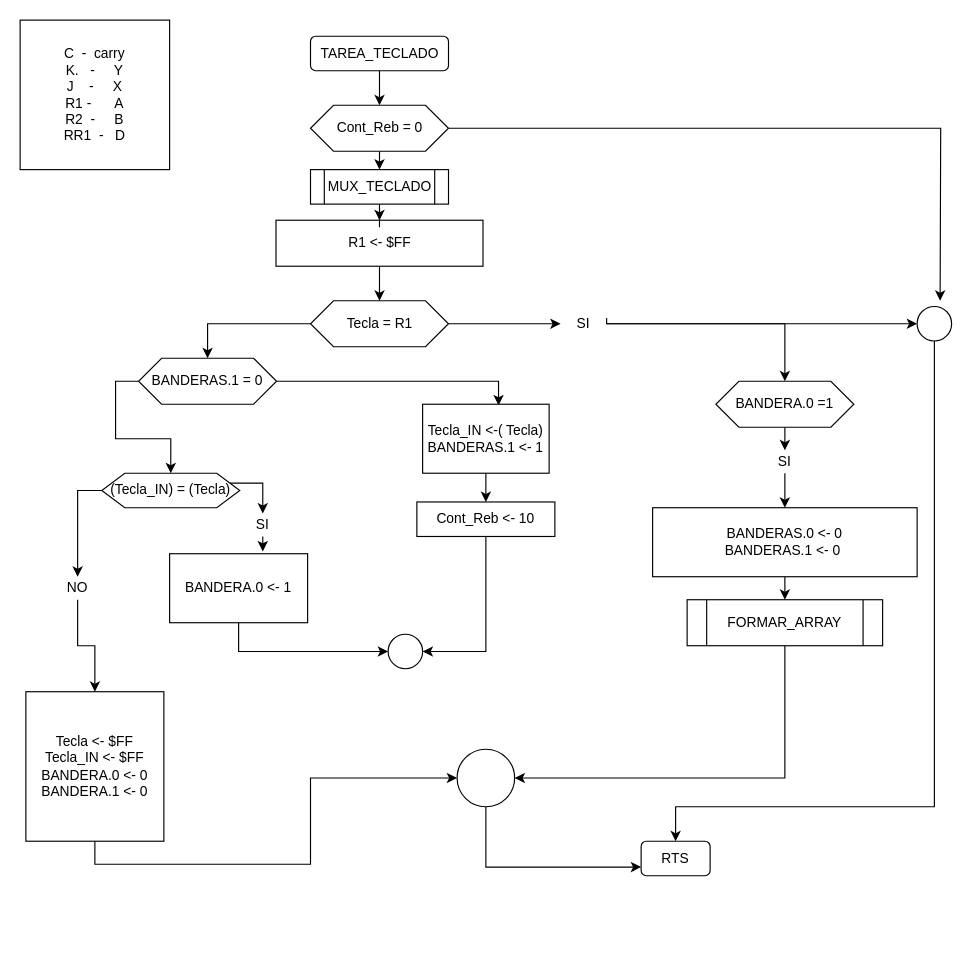
brown9804/Dragon12_MC9S12DP256 keeps this draw.io diagram as 8_runmeter623/diagrams/10_tarea_teclado.drawio. Above is the earlier version. Source tidied: cells renumbered, new cells numbered last; positions are measured from the earlier drawing's top-left corner, leaving out a move shared by most shapes. Both pictures are drawn from the tidied source at 115%, with x=0, y=0 at pixel (20, 20).
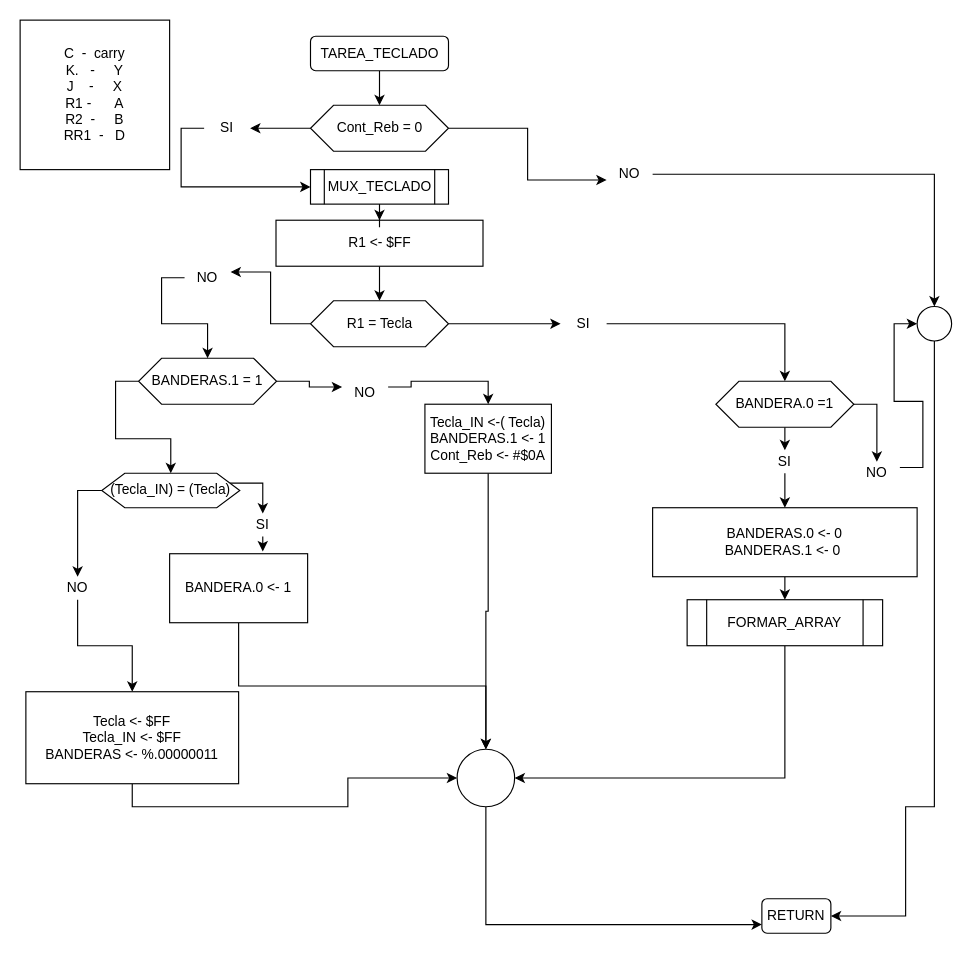
The same diagram, later.

Commit message:
final -> tarea_teclado ✅

Unchanged cells that the change refers to:
```xml
<mxCell id="9" value="Cont_Reb = 0" style="shape=hexagon;perimeter=hexagonPerimeter2;whiteSpace=wrap;html=1;fixedSize=1;" parent="1" vertex="1">
  <mxGeometry x="252.5" y="74" width="120" height="40" as="geometry" />
</mxCell>
<mxCell id="11" value="MUX_TECLADO" style="shape=process;whiteSpace=wrap;html=1;backgroundOutline=1;" parent="1" vertex="1">
  <mxGeometry x="252.5" y="130" width="120" height="30" as="geometry" />
</mxCell>
<mxCell id="13" style="ellipse;whiteSpace=wrap;html=1;" parent="1" vertex="1">
  <mxGeometry x="780" y="249" width="30" height="30" as="geometry" />
</mxCell>
<mxCell id="19" value="SI" style="text;html=1;strokeColor=none;fillColor=none;align=center;verticalAlign=middle;whiteSpace=wrap;rounded=0;" parent="1" vertex="1">
  <mxGeometry x="470" y="254" width="40" height="20" as="geometry" />
</mxCell>
<mxCell id="21" value="BANDERA.0 =1" style="shape=hexagon;perimeter=hexagonPerimeter2;whiteSpace=wrap;html=1;fixedSize=1;" parent="1" vertex="1">
  <mxGeometry x="605" y="314" width="120" height="40" as="geometry" />
</mxCell>
<mxCell id="38" value="BANDERA.0 &amp;lt;- 1" style="rounded=0;whiteSpace=wrap;html=1;" parent="1" vertex="1">
  <mxGeometry x="130" y="464" width="120" height="60" as="geometry" />
</mxCell>
<mxCell id="49" style="ellipse;whiteSpace=wrap;html=1;" parent="1" vertex="1">
  <mxGeometry x="380" y="634" width="50" height="50" as="geometry" />
</mxCell>
```

What changed in the source:
```diff
@@
-    <mxCell id="7" style="edgeStyle=orthogonalEdgeStyle;rounded=0;jettySize=auto;html=1;exitX=0.5;exitY=1;exitDx=0;exitDy=0;entryX=0.5;entryY=0;entryDx=0;entryDy=0;" parent="1" edge="1" source="9" target="11">
-      <mxGeometry relative="1" as="geometry" />
-    </mxCell>
-    <mxCell id="8" style="edgeStyle=orthogonalEdgeStyle;rounded=0;jettySize=auto;html=1;exitX=1;exitY=0.5;exitDx=0;exitDy=0;" parent="1" edge="1" source="9">
-      <mxGeometry relative="1" as="geometry">
-        <mxPoint x="800" y="244" as="targetPoint" />
-      </mxGeometry>
-    </mxCell>
+    <mxCell id="51" style="edgeStyle=orthogonalEdgeStyle;rounded=0;jettySize=auto;html=1;exitX=1;exitY=0.5;exitDx=0;exitDy=0;entryX=0;entryY=0.75;entryDx=0;entryDy=0;" parent="1" edge="1" source="9" target="59">
+      <mxGeometry relative="1" as="geometry" />
+    </mxCell>
+    <mxCell id="52" style="edgeStyle=orthogonalEdgeStyle;rounded=0;jettySize=auto;html=1;exitX=0;exitY=0.5;exitDx=0;exitDy=0;" parent="1" edge="1" source="9" target="61">
+      <mxGeometry relative="1" as="geometry" />
+    </mxCell>
@@
     <mxCell id="12" style="edgeStyle=orthogonalEdgeStyle;rounded=0;jettySize=auto;html=1;exitX=0.5;exitY=1;exitDx=0;exitDy=0;" parent="1" edge="1" source="13" target="50">
       <mxGeometry relative="1" as="geometry">
         <Array as="points">
           <mxPoint x="795" y="684" />
-          <mxPoint x="570" y="684" />
+          <mxPoint x="770" y="684" />
+          <mxPoint x="770" y="779" />
         </Array>
       </mxGeometry>
     </mxCell>
@@
-    <mxCell id="15" style="edgeStyle=orthogonalEdgeStyle;rounded=0;jettySize=auto;html=1;exitX=0;exitY=0.5;exitDx=0;exitDy=0;entryX=0.5;entryY=0;entryDx=0;entryDy=0;" parent="1" edge="1" source="16" target="30">
-      <mxGeometry relative="1" as="geometry" />
-    </mxCell>
+    <mxCell id="53" style="edgeStyle=orthogonalEdgeStyle;rounded=0;jettySize=auto;html=1;exitX=0;exitY=0.5;exitDx=0;exitDy=0;entryX=1;entryY=0.25;entryDx=0;entryDy=0;" parent="1" edge="1" source="16" target="63">
+      <mxGeometry relative="1" as="geometry" />
+    </mxCell>
-    <mxCell id="16" value="Tecla = R1" style="shape=hexagon;perimeter=hexagonPerimeter2;whiteSpace=wrap;html=1;fixedSize=1;" parent="1" vertex="1">
+    <mxCell id="16" value="R1 = Tecla" style="shape=hexagon;perimeter=hexagonPerimeter2;whiteSpace=wrap;html=1;fixedSize=1;" parent="1" vertex="1">
       <mxGeometry x="252.5" y="244" width="120" height="40" as="geometry" />
     </mxCell>
@@
-    <mxCell id="18" style="edgeStyle=orthogonalEdgeStyle;rounded=0;jettySize=auto;html=1;exitX=1;exitY=0.25;exitDx=0;exitDy=0;entryX=0;entryY=0.5;entryDx=0;entryDy=0;" parent="1" edge="1" source="19" target="13">
-      <mxGeometry relative="1" as="geometry">
-        <Array as="points">
-          <mxPoint x="510" y="264" />
-          <mxPoint x="730" y="264" />
-        </Array>
-      </mxGeometry>
-    </mxCell>
@@
+    <mxCell id="54" style="edgeStyle=orthogonalEdgeStyle;rounded=0;jettySize=auto;html=1;exitX=1;exitY=0.5;exitDx=0;exitDy=0;" parent="1" edge="1" source="21" target="68">
+      <mxGeometry relative="1" as="geometry" />
+    </mxCell>
@@
-    <mxCell id="28" style="edgeStyle=orthogonalEdgeStyle;rounded=0;jettySize=auto;html=1;exitX=1;exitY=0.5;exitDx=0;exitDy=0;entryX=0.6;entryY=0.017;entryDx=0;entryDy=0;entryPerimeter=0;" parent="1" edge="1" source="30" target="40">
-      <mxGeometry relative="1" as="geometry" />
-    </mxCell>
@@
+    <mxCell id="55" style="edgeStyle=orthogonalEdgeStyle;rounded=0;jettySize=auto;html=1;exitX=1;exitY=0.5;exitDx=0;exitDy=0;entryX=0;entryY=0.25;entryDx=0;entryDy=0;" parent="1" edge="1" source="30" target="65">
+      <mxGeometry relative="1" as="geometry" />
+    </mxCell>
-    <mxCell id="30" value="BANDERAS.1 = 0" style="shape=hexagon;perimeter=hexagonPerimeter2;whiteSpace=wrap;html=1;fixedSize=1;" parent="1" vertex="1">
+    <mxCell id="30" value="BANDERAS.1 = 1" style="shape=hexagon;perimeter=hexagonPerimeter2;whiteSpace=wrap;html=1;fixedSize=1;" parent="1" vertex="1">
       <mxGeometry x="103" y="294" width="120" height="40" as="geometry" />
     </mxCell>
@@
-    <mxCell id="37" style="edgeStyle=orthogonalEdgeStyle;rounded=0;jettySize=auto;html=1;exitX=0.5;exitY=1;exitDx=0;exitDy=0;entryX=0;entryY=0.5;entryDx=0;entryDy=0;" parent="1" edge="1" source="38" target="43">
-      <mxGeometry relative="1" as="geometry" />
-    </mxCell>
+    <mxCell id="56" style="edgeStyle=orthogonalEdgeStyle;rounded=0;jettySize=auto;html=1;exitX=0.5;exitY=1;exitDx=0;exitDy=0;" parent="1" edge="1" source="38" target="49">
+      <mxGeometry relative="1" as="geometry" />
+    </mxCell>
@@
-    <mxCell id="39" style="edgeStyle=orthogonalEdgeStyle;rounded=0;jettySize=auto;html=1;exitX=0.5;exitY=1;exitDx=0;exitDy=0;entryX=0.5;entryY=0;entryDx=0;entryDy=0;" parent="1" edge="1" source="40" target="42">
-      <mxGeometry relative="1" as="geometry" />
-    </mxCell>
+    <mxCell id="57" style="edgeStyle=orthogonalEdgeStyle;rounded=0;jettySize=auto;html=1;exitX=0.5;exitY=1;exitDx=0;exitDy=0;entryX=0.5;entryY=0;entryDx=0;entryDy=0;" parent="1" edge="1" source="40" target="49">
+      <mxGeometry relative="1" as="geometry" />
+    </mxCell>
-    <mxCell id="40" value="Tecla_IN &amp;lt;-( Tecla)&lt;br&gt;BANDERAS.1 &amp;lt;- 1" style="rounded=0;whiteSpace=wrap;html=1;" parent="1" vertex="1">
-      <mxGeometry x="350" y="334" width="110" height="60" as="geometry" />
+    <mxCell id="40" value="Tecla_IN &amp;lt;-( Tecla)&lt;br&gt;BANDERAS.1 &amp;lt;- 1&lt;br&gt;Cont_Reb &amp;lt;- #$0A" style="rounded=0;whiteSpace=wrap;html=1;" parent="1" vertex="1">
+      <mxGeometry x="352" y="334" width="110" height="60" as="geometry" />
     </mxCell>
-    <mxCell id="41" style="edgeStyle=orthogonalEdgeStyle;rounded=0;jettySize=auto;html=1;exitX=0.5;exitY=1;exitDx=0;exitDy=0;entryX=1;entryY=0.5;entryDx=0;entryDy=0;" parent="1" edge="1" source="42" target="43">
-      <mxGeometry relative="1" as="geometry" />
-    </mxCell>
-    <mxCell id="42" value="Cont_Reb &amp;lt;- 10" style="rounded=0;whiteSpace=wrap;html=1;" parent="1" vertex="1">
-      <mxGeometry x="345" y="419" width="120" height="30" as="geometry" />
-    </mxCell>
-    <mxCell id="43" style="ellipse;whiteSpace=wrap;html=1;" parent="1" vertex="1">
-      <mxGeometry x="320" y="534" width="30" height="30" as="geometry" />
-    </mxCell>
@@
-    <mxCell id="47" value="Tecla &amp;lt;- $FF&lt;br&gt;Tecla_IN &amp;lt;- $FF&lt;br&gt;BANDERA.0 &amp;lt;- 0&lt;br&gt;BANDERA.1 &amp;lt;- 0" style="rounded=0;whiteSpace=wrap;html=1;" parent="1" vertex="1">
-      <mxGeometry x="5" y="584" width="120" height="130" as="geometry" />
+    <mxCell id="47" value="Tecla &amp;lt;- $FF&lt;br&gt;Tecla_IN &amp;lt;- $FF&lt;br&gt;BANDERAS &amp;lt;- %.00000011" style="rounded=0;whiteSpace=wrap;html=1;" parent="1" vertex="1">
+      <mxGeometry x="5" y="584" width="185" height="80" as="geometry" />
     </mxCell>
@@
-    <mxCell id="50" value="RTS" style="rounded=1;whiteSpace=wrap;html=1;" parent="1" vertex="1">
-      <mxGeometry x="540" y="714" width="60" height="30" as="geometry" />
+    <mxCell id="50" value="RETURN" style="rounded=1;whiteSpace=wrap;html=1;" parent="1" vertex="1">
+      <mxGeometry x="645" y="764" width="60" height="30" as="geometry" />
     </mxCell>
+    <mxCell id="58" style="edgeStyle=orthogonalEdgeStyle;rounded=0;jettySize=auto;html=1;exitX=1;exitY=0.5;exitDx=0;exitDy=0;entryX=0.5;entryY=0;entryDx=0;entryDy=0;" parent="1" edge="1" source="59" target="13">
+      <mxGeometry relative="1" as="geometry" />
+    </mxCell>
+    <mxCell id="59" value="NO" style="text;html=1;strokeColor=none;fillColor=none;align=center;verticalAlign=middle;whiteSpace=wrap;rounded=0;" parent="1" vertex="1">
+      <mxGeometry x="510" y="124" width="40" height="20" as="geometry" />
+    </mxCell>
+    <mxCell id="60" style="edgeStyle=orthogonalEdgeStyle;rounded=0;jettySize=auto;html=1;exitX=0;exitY=0.5;exitDx=0;exitDy=0;entryX=0;entryY=0.5;entryDx=0;entryDy=0;" parent="1" edge="1" source="61" target="11">
+      <mxGeometry relative="1" as="geometry" />
+    </mxCell>
+    <mxCell id="61" value="SI" style="text;html=1;strokeColor=none;fillColor=none;align=center;verticalAlign=middle;whiteSpace=wrap;rounded=0;" parent="1" vertex="1">
+      <mxGeometry x="160" y="84" width="40" height="20" as="geometry" />
+    </mxCell>
+    <mxCell id="62" style="edgeStyle=orthogonalEdgeStyle;rounded=0;jettySize=auto;html=1;exitX=0;exitY=0.5;exitDx=0;exitDy=0;" parent="1" edge="1" source="63" target="30">
+      <mxGeometry relative="1" as="geometry" />
+    </mxCell>
+    <mxCell id="63" value="NO" style="text;html=1;strokeColor=none;fillColor=none;align=center;verticalAlign=middle;whiteSpace=wrap;rounded=0;" parent="1" vertex="1">
+      <mxGeometry x="143" y="214" width="40" height="20" as="geometry" />
+    </mxCell>
+    <mxCell id="64" style="edgeStyle=orthogonalEdgeStyle;rounded=0;jettySize=auto;html=1;exitX=1;exitY=0.25;exitDx=0;exitDy=0;entryX=0.5;entryY=0;entryDx=0;entryDy=0;" parent="1" edge="1" source="65" target="40">
+      <mxGeometry relative="1" as="geometry" />
+    </mxCell>
+    <mxCell id="65" value="NO" style="text;html=1;strokeColor=none;fillColor=none;align=center;verticalAlign=middle;whiteSpace=wrap;rounded=0;" parent="1" vertex="1">
+      <mxGeometry x="280" y="314" width="40" height="20" as="geometry" />
+    </mxCell>
+    <mxCell id="66" style="edgeStyle=orthogonalEdgeStyle;rounded=0;orthogonalLoop=1;jettySize=auto;html=1;exitX=0.5;exitY=1;exitDx=0;exitDy=0;" parent="1" edge="1" source="47" target="47">
+      <mxGeometry relative="1" as="geometry" />
+    </mxCell>
+    <mxCell id="67" style="edgeStyle=orthogonalEdgeStyle;rounded=0;jettySize=auto;html=1;exitX=1;exitY=0.25;exitDx=0;exitDy=0;entryX=0;entryY=0.5;entryDx=0;entryDy=0;" parent="1" edge="1" source="68" target="13">
+      <mxGeometry relative="1" as="geometry" />
+    </mxCell>
+    <mxCell id="68" value="NO" style="text;html=1;strokeColor=none;fillColor=none;align=center;verticalAlign=middle;whiteSpace=wrap;rounded=0;" parent="1" vertex="1">
+      <mxGeometry x="725" y="384" width="40" height="20" as="geometry" />
+    </mxCell>
```
